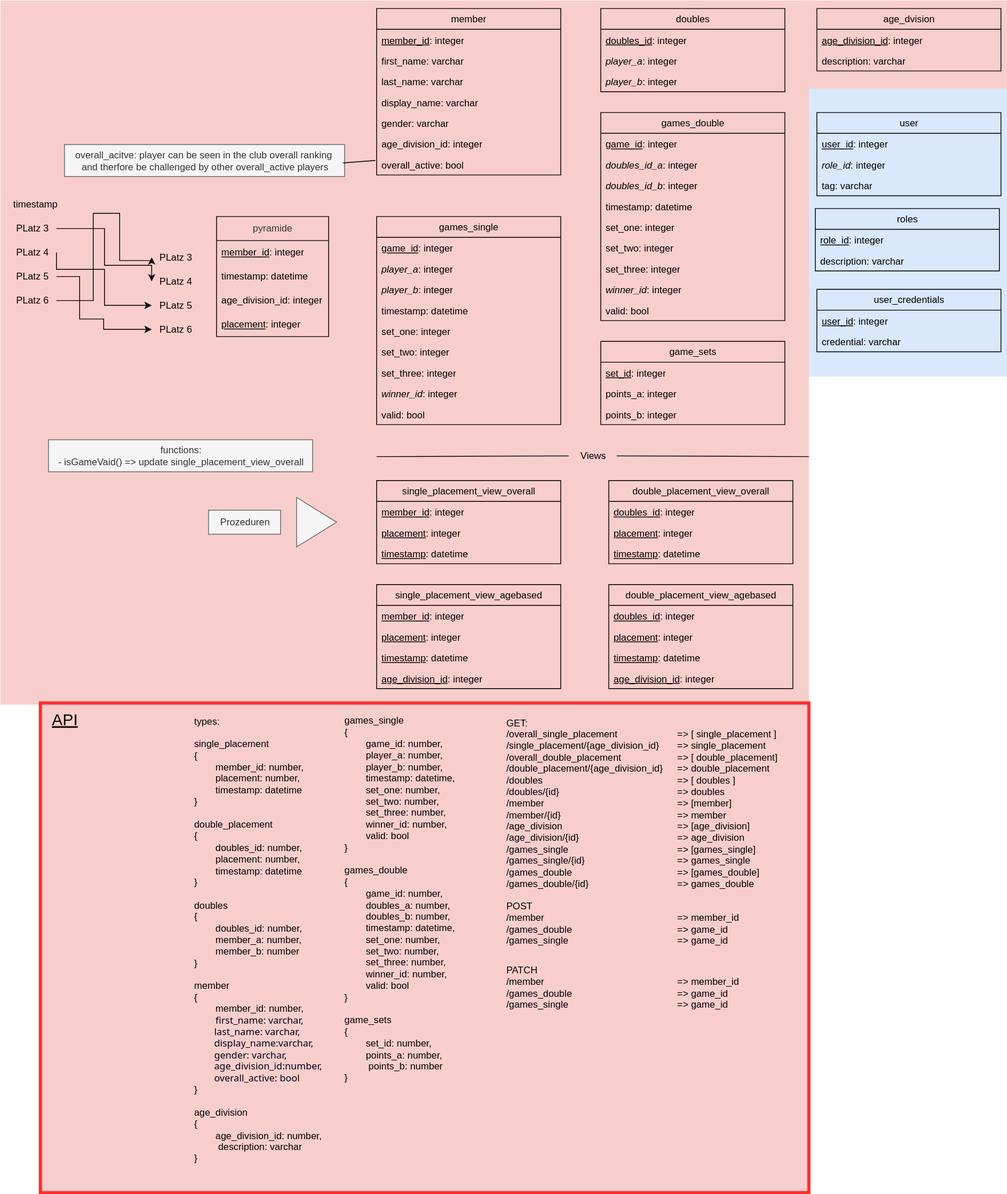
mexterng/badminton_bcgw keeps this draw.io diagram as docs/uploads/api_database_doku.drawio.svg. Above is the earlier version. Source tidied: cells renumbered, new cells last; positions are measured from the earlier drawing's top-left corner, leaving out a move shared by most shapes.
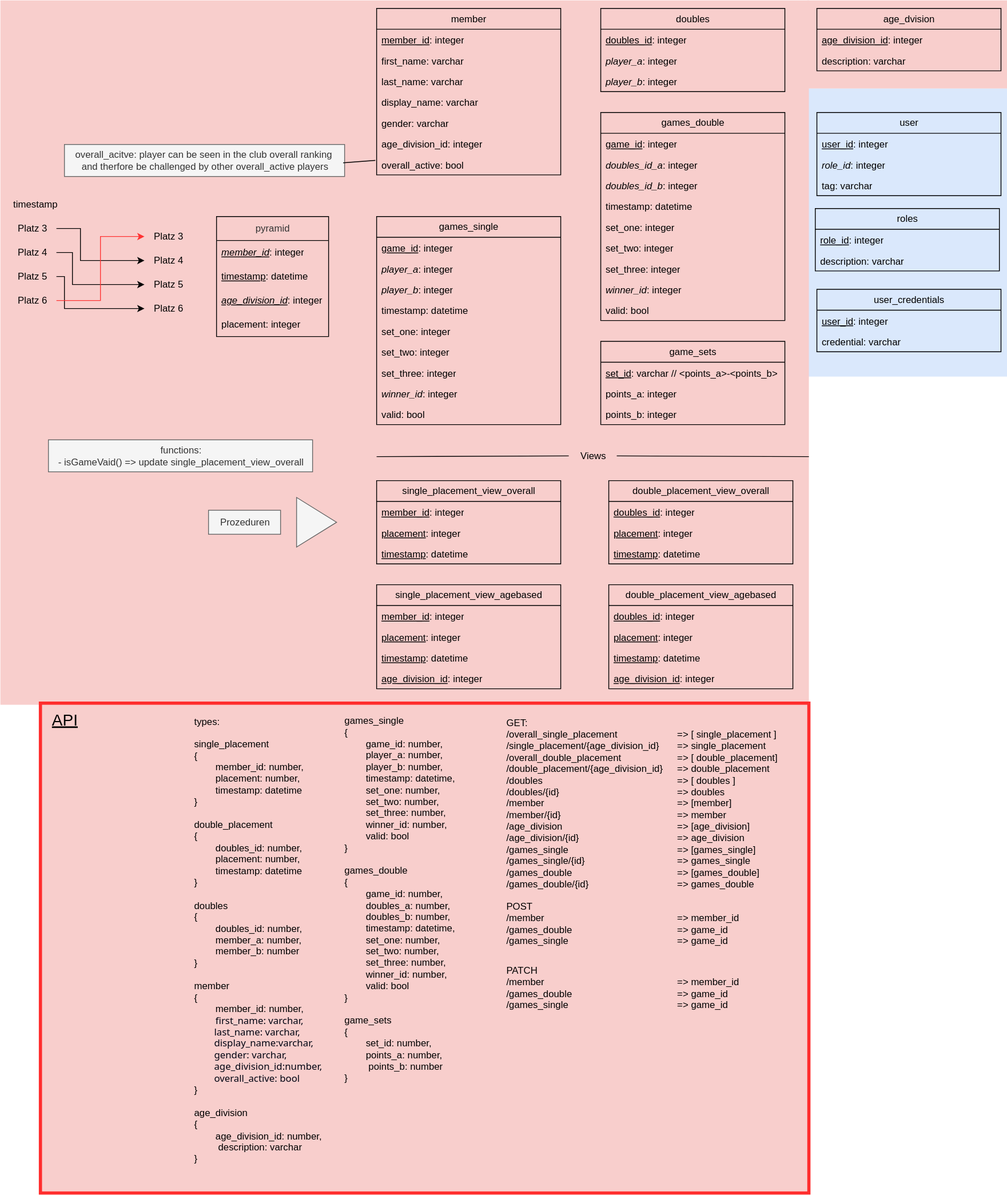
Later version of the same file.

Commit message:
feat(db): add pyramid table with init values

What changed in the source:
```diff
@@ -71,7 +71,7 @@
     <mxCell id="24" value="game_sets" style="swimlane;fontStyle=0;horizontal=1;startSize=26;fillColor=none;whiteSpace=wrap;html=1;" parent="1" vertex="1">
       <mxGeometry x="750" y="426" width="230" height="104" as="geometry" />
     </mxCell>
-    <mxCell id="25" value="&lt;u&gt;set_id&lt;/u&gt;: integer" style="text;strokeColor=none;fillColor=none;align=left;verticalAlign=top;spacingLeft=4;spacingRight=4;overflow=hidden;whiteSpace=wrap;html=1;" parent="24" vertex="1">
+    <mxCell id="25" value="&lt;u&gt;set_id&lt;/u&gt;: varchar // &amp;lt;points_a&amp;gt;-&amp;lt;points_b&amp;gt;" style="text;strokeColor=none;fillColor=none;align=left;verticalAlign=top;spacingLeft=4;spacingRight=4;overflow=hidden;whiteSpace=wrap;html=1;" parent="24" vertex="1">
       <mxGeometry y="26" width="230" height="26" as="geometry" />
     </mxCell>
     <mxCell id="26" value="points_a: integer" style="text;strokeColor=none;fillColor=none;align=left;verticalAlign=top;spacingLeft=4;spacingRight=4;overflow=hidden;whiteSpace=wrap;html=1;" parent="24" vertex="1">
@@ -264,83 +264,71 @@
     <mxCell id="87" style="rounded=0;whiteSpace=wrap;html=1;fillColor=none;strokeWidth=4;strokeColor=#FF2D2D;" parent="1" vertex="1">
       <mxGeometry x="50" y="878" width="960" height="612" as="geometry" />
     </mxCell>
-    <mxCell id="88" value="pyramide" style="swimlane;fontStyle=0;horizontal=1;startSize=30;whiteSpace=wrap;html=1;fillColor=none;fontColor=#333333;strokeColor=#000000;" parent="1" vertex="1">
+    <mxCell id="88" value="pyramid" style="swimlane;fontStyle=0;horizontal=1;startSize=30;whiteSpace=wrap;html=1;fillColor=none;fontColor=#333333;strokeColor=#000000;" parent="1" vertex="1">
       <mxGeometry x="270" y="270" width="140" height="150" as="geometry" />
     </mxCell>
-    <mxCell id="89" value="&lt;u&gt;member_id&lt;/u&gt;: integer" style="text;strokeColor=none;fillColor=none;align=left;verticalAlign=middle;spacingLeft=4;spacingRight=4;overflow=hidden;whiteSpace=wrap;html=1;" parent="88" vertex="1">
+    <mxCell id="89" value="&lt;u&gt;&lt;i&gt;member_id&lt;/i&gt;&lt;/u&gt;: integer" style="text;strokeColor=none;fillColor=none;align=left;verticalAlign=middle;spacingLeft=4;spacingRight=4;overflow=hidden;whiteSpace=wrap;html=1;" parent="88" vertex="1">
       <mxGeometry y="30" width="140" height="30" as="geometry" />
     </mxCell>
-    <mxCell id="90" value="timestamp: datetime" style="text;strokeColor=none;fillColor=none;align=left;verticalAlign=middle;spacingLeft=4;spacingRight=4;overflow=hidden;whiteSpace=wrap;html=1;" parent="88" vertex="1">
+    <mxCell id="90" value="&lt;u&gt;timestamp&lt;/u&gt;: datetime" style="text;strokeColor=none;fillColor=none;align=left;verticalAlign=middle;spacingLeft=4;spacingRight=4;overflow=hidden;whiteSpace=wrap;html=1;" parent="88" vertex="1">
       <mxGeometry y="60" width="140" height="30" as="geometry" />
     </mxCell>
-    <mxCell id="91" value="age_division_id: integer" style="text;strokeColor=none;fillColor=none;align=left;verticalAlign=middle;spacingLeft=4;spacingRight=4;overflow=hidden;whiteSpace=wrap;html=1;" parent="88" vertex="1">
+    <mxCell id="91" value="&lt;i&gt;&lt;u&gt;age_division_id&lt;/u&gt;&lt;/i&gt;: integer" style="text;strokeColor=none;fillColor=none;align=left;verticalAlign=middle;spacingLeft=4;spacingRight=4;overflow=hidden;whiteSpace=wrap;html=1;" parent="88" vertex="1">
       <mxGeometry y="90" width="140" height="30" as="geometry" />
     </mxCell>
-    <mxCell id="92" value="&lt;u&gt;placement&lt;/u&gt;: integer" style="text;strokeColor=none;fillColor=none;align=left;verticalAlign=middle;spacingLeft=4;spacingRight=4;overflow=hidden;whiteSpace=wrap;html=1;" parent="88" vertex="1">
+    <mxCell id="92" value="placement: integer" style="text;strokeColor=none;fillColor=none;align=left;verticalAlign=middle;spacingLeft=4;spacingRight=4;overflow=hidden;whiteSpace=wrap;html=1;" parent="88" vertex="1">
       <mxGeometry y="120" width="140" height="30" as="geometry" />
     </mxCell>
     <mxCell id="93" style="edgeStyle=orthogonalEdgeStyle;rounded=0;jettySize=auto;html=1;exitX=1;exitY=0.5;exitDx=0;exitDy=0;entryX=0;entryY=0.5;entryDx=0;entryDy=0;" parent="1" edge="1" source="94" target="102">
       <mxGeometry relative="1" as="geometry">
         <Array as="points">
-          <mxPoint x="130" y="285" />
-          <mxPoint x="130" y="331" />
-          <mxPoint x="189" y="331" />
+          <mxPoint x="100" y="285" />
+          <mxPoint x="100" y="325" />
         </Array>
       </mxGeometry>
     </mxCell>
-    <mxCell id="94" value="PLatz 3" style="text;html=1;align=center;verticalAlign=middle;whiteSpace=wrap;rounded=0;" parent="1" vertex="1">
+    <mxCell id="94" value="Platz 3" style="text;html=1;align=center;verticalAlign=middle;whiteSpace=wrap;rounded=0;" parent="1" vertex="1">
       <mxGeometry x="10" y="270" width="60" height="30" as="geometry" />
     </mxCell>
     <mxCell id="95" style="edgeStyle=orthogonalEdgeStyle;rounded=0;jettySize=auto;html=1;exitX=1;exitY=0.5;exitDx=0;exitDy=0;entryX=0;entryY=0.5;entryDx=0;entryDy=0;" parent="1" edge="1" source="96" target="103">
       <mxGeometry relative="1" as="geometry">
         <Array as="points">
-          <mxPoint x="70" y="336" />
-          <mxPoint x="130" y="336" />
-          <mxPoint x="130" y="381" />
+          <mxPoint x="90" y="315" />
+          <mxPoint x="90" y="355" />
         </Array>
       </mxGeometry>
     </mxCell>
-    <mxCell id="96" value="PLatz 4" style="text;html=1;align=center;verticalAlign=middle;whiteSpace=wrap;rounded=0;" parent="1" vertex="1">
+    <mxCell id="96" value="Platz&amp;nbsp;4" style="text;html=1;align=center;verticalAlign=middle;whiteSpace=wrap;rounded=0;" parent="1" vertex="1">
       <mxGeometry x="10" y="300" width="60" height="30" as="geometry" />
     </mxCell>
     <mxCell id="97" style="edgeStyle=orthogonalEdgeStyle;rounded=0;jettySize=auto;html=1;exitX=1;exitY=0.5;exitDx=0;exitDy=0;entryX=0;entryY=0.5;entryDx=0;entryDy=0;" parent="1" edge="1" source="98" target="104">
       <mxGeometry relative="1" as="geometry">
         <Array as="points">
-          <mxPoint x="99" y="345" />
-          <mxPoint x="99" y="398" />
-          <mxPoint x="129" y="398" />
-          <mxPoint x="129" y="411" />
+          <mxPoint x="80" y="345" />
+          <mxPoint x="80" y="385" />
         </Array>
       </mxGeometry>
     </mxCell>
-    <mxCell id="98" value="PLatz 5" style="text;html=1;align=center;verticalAlign=middle;whiteSpace=wrap;rounded=0;" parent="1" vertex="1">
+    <mxCell id="98" value="Platz&amp;nbsp;5" style="text;html=1;align=center;verticalAlign=middle;whiteSpace=wrap;rounded=0;" parent="1" vertex="1">
       <mxGeometry x="10" y="330" width="60" height="30" as="geometry" />
     </mxCell>
-    <mxCell id="99" style="edgeStyle=orthogonalEdgeStyle;rounded=0;jettySize=auto;html=1;exitX=1;exitY=0.5;exitDx=0;exitDy=0;entryX=0;entryY=0.5;entryDx=0;entryDy=0;" parent="1" edge="1" source="100" target="101">
-      <mxGeometry relative="1" as="geometry">
-        <Array as="points">
-          <mxPoint x="116" y="375" />
-          <mxPoint x="116" y="266" />
-          <mxPoint x="149" y="266" />
-          <mxPoint x="149" y="325" />
-          <mxPoint x="189" y="325" />
-        </Array>
-      </mxGeometry>
+    <mxCell id="99" style="rounded=0;jettySize=auto;html=1;exitX=1;exitY=0.5;exitDx=0;exitDy=0;entryX=0;entryY=0.5;entryDx=0;entryDy=0;edgeStyle=orthogonalEdgeStyle;strokeColor=#FF3333;" parent="1" edge="1" source="100" target="101">
+      <mxGeometry relative="1" as="geometry" />
     </mxCell>
-    <mxCell id="100" value="PLatz 6" style="text;html=1;align=center;verticalAlign=middle;whiteSpace=wrap;rounded=0;" parent="1" vertex="1">
+    <mxCell id="100" value="Platz&amp;nbsp;6" style="text;html=1;align=center;verticalAlign=middle;whiteSpace=wrap;rounded=0;" parent="1" vertex="1">
       <mxGeometry x="10" y="360" width="60" height="30" as="geometry" />
     </mxCell>
-    <mxCell id="101" value="PLatz 3" style="text;html=1;align=center;verticalAlign=middle;whiteSpace=wrap;rounded=0;" parent="1" vertex="1">
-      <mxGeometry x="189" y="306" width="60" height="30" as="geometry" />
+    <mxCell id="101" value="Platz&amp;nbsp;3" style="text;html=1;align=center;verticalAlign=middle;whiteSpace=wrap;rounded=0;" parent="1" vertex="1">
+      <mxGeometry x="180" y="280" width="60" height="30" as="geometry" />
     </mxCell>
-    <mxCell id="102" value="PLatz 4" style="text;html=1;align=center;verticalAlign=middle;whiteSpace=wrap;rounded=0;" parent="1" vertex="1">
-      <mxGeometry x="189" y="336" width="60" height="30" as="geometry" />
+    <mxCell id="102" value="Platz&amp;nbsp;4" style="text;html=1;align=center;verticalAlign=middle;whiteSpace=wrap;rounded=0;" parent="1" vertex="1">
+      <mxGeometry x="180" y="310" width="60" height="30" as="geometry" />
     </mxCell>
-    <mxCell id="103" value="PLatz 5" style="text;html=1;align=center;verticalAlign=middle;whiteSpace=wrap;rounded=0;" parent="1" vertex="1">
-      <mxGeometry x="189" y="366" width="60" height="30" as="geometry" />
+    <mxCell id="103" value="Platz&amp;nbsp;5" style="text;html=1;align=center;verticalAlign=middle;whiteSpace=wrap;rounded=0;" parent="1" vertex="1">
+      <mxGeometry x="180" y="340" width="60" height="30" as="geometry" />
     </mxCell>
-    <mxCell id="104" value="PLatz 6" style="text;html=1;align=center;verticalAlign=middle;whiteSpace=wrap;rounded=0;" parent="1" vertex="1">
-      <mxGeometry x="189" y="396" width="60" height="30" as="geometry" />
+    <mxCell id="104" value="Platz&amp;nbsp;6" style="text;html=1;align=center;verticalAlign=middle;whiteSpace=wrap;rounded=0;" parent="1" vertex="1">
+      <mxGeometry x="180" y="370" width="60" height="30" as="geometry" />
     </mxCell>
     <mxCell id="105" value="timestamp" style="text;strokeColor=none;fillColor=none;align=left;verticalAlign=middle;spacingLeft=4;spacingRight=4;overflow=hidden;whiteSpace=wrap;html=1;" parent="1" vertex="1">
       <mxGeometry x="10" y="240" width="140" height="30" as="geometry" />
```
